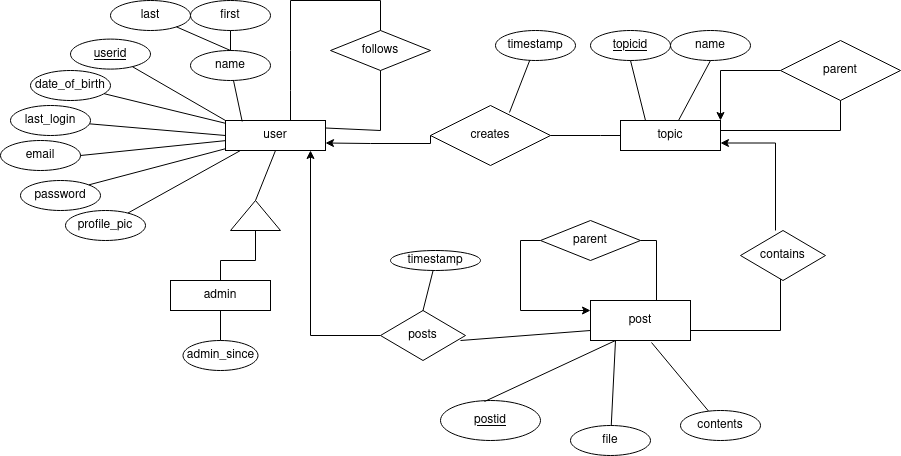
kubatovtamas/uzenetSZTEk keeps this draw.io diagram as doc/diagrams/ER/entity_relationship_diagram.png. Above is the earlier version. Source tidied: cells renumbered, new cells last; positions are measured from the earlier drawing's top-left corner, leaving out a move shared by most shapes.
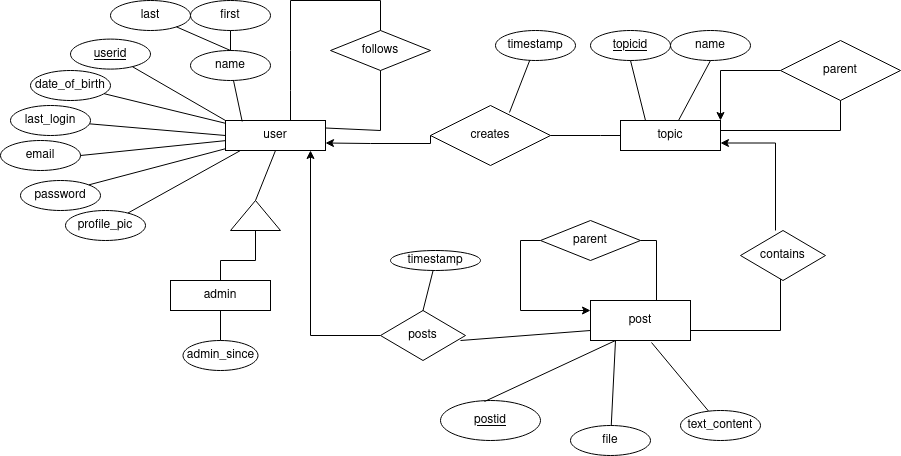
The same file after the commit.

Commit message:
Changed contents to more descriptive text_content

Change to the diagram source:
```diff
@@ -32,7 +32,7 @@
     <mxCell id="11" style="endArrow=none;html=1;entryX=0;entryY=0.5;entryDx=0;entryDy=0;" parent="1" edge="1" source="7" target="2">
       <mxGeometry relative="1" as="geometry" />
     </mxCell>
-    <mxCell id="12" value="contents" style="ellipse;whiteSpace=wrap;html=1;" parent="1" vertex="1">
+    <mxCell id="12" value="text_content" style="ellipse;whiteSpace=wrap;html=1;" parent="1" vertex="1">
       <mxGeometry x="680" y="410" width="80" height="30" as="geometry" />
     </mxCell>
     <mxCell id="13" value="timestamp" style="ellipse;whiteSpace=wrap;html=1;" parent="1" vertex="1">
```
